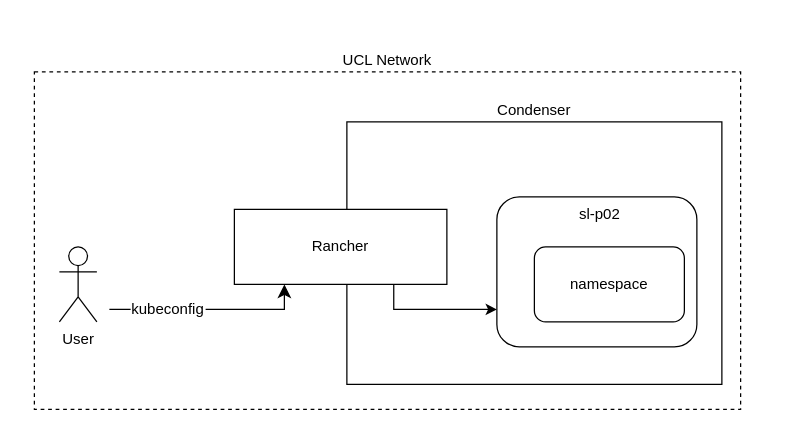
This is page "Kubeconfig" (4 of 4) of assets/intro-to-condenser.drawio from UCL-ARC/condenser-workshop-intro, a draw.io file, before an edit. Source tidied: cells renumbered, new cells numbered last; positions are measured from the earlier drawing's top-left corner, leaving out a move shared by most shapes. Both pictures are drawn from the tidied source at 125%, with x=0, y=0 at pixel (34, 46).
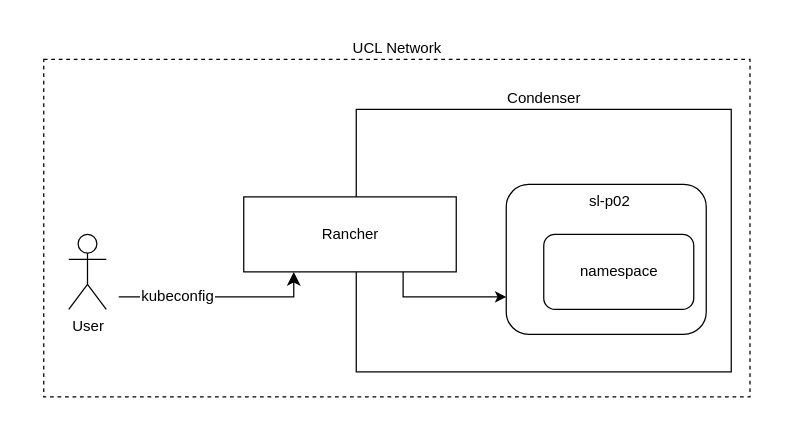
The same diagram, later.

The edit, as a diff of the source:
```diff
@@
 <mxGraphModel background="#ffffff">
   <root>
     <mxCell id="0" />
     <mxCell id="1" parent="0" />
-    <mxCell id="2" style="rounded=0;whiteSpace=wrap;html=1;strokeColor=none;" parent="1" vertex="1">
-      <mxGeometry width="570" height="290" as="geometry" />
-    </mxCell>
+    <mxCell id="13" style="rounded=0;whiteSpace=wrap;html=1;strokeColor=none;" parent="1" vertex="1">
+      <mxGeometry x="-10" y="-20" width="600" height="320" as="geometry" />
+    </mxCell>
+    <mxCell id="14" style="group;" parent="1" vertex="1">
+      <mxGeometry x="7.5" y="10" width="565" height="270" as="geometry" />
+    </mxCell>
-    <mxCell id="3" value="UCL Network" style="rounded=0;whiteSpace=wrap;html=1;dashed=1;align=center;labelPosition=center;verticalLabelPosition=top;verticalAlign=bottom;" parent="1" vertex="1">
-      <mxGeometry y="20" width="565" height="270" as="geometry" />
+    <mxCell id="3" value="UCL Network" style="rounded=0;whiteSpace=wrap;html=1;dashed=1;align=center;labelPosition=center;verticalLabelPosition=top;verticalAlign=bottom;" parent="14" vertex="1">
+      <mxGeometry width="565" height="270" as="geometry" />
     </mxCell>
-    <mxCell id="4" value="Condenser" style="rounded=0;whiteSpace=wrap;html=1;labelPosition=center;verticalLabelPosition=top;align=center;verticalAlign=bottom;" parent="1" vertex="1">
-      <mxGeometry x="250" y="60" width="300" height="210" as="geometry" />
+    <mxCell id="4" value="Condenser" style="rounded=0;whiteSpace=wrap;html=1;labelPosition=center;verticalLabelPosition=top;align=center;verticalAlign=bottom;" parent="14" vertex="1">
+      <mxGeometry x="250" y="40" width="300" height="210" as="geometry" />
     </mxCell>
-    <mxCell id="5" value="Rancher" style="rounded=0;whiteSpace=wrap;html=1;" parent="1" vertex="1">
-      <mxGeometry x="160" y="130" width="170" height="60" as="geometry" />
+    <mxCell id="5" value="Rancher" style="rounded=0;whiteSpace=wrap;html=1;" parent="14" vertex="1">
+      <mxGeometry x="160" y="110" width="170" height="60" as="geometry" />
     </mxCell>
-    <mxCell id="6" value="User" style="shape=umlActor;verticalLabelPosition=bottom;verticalAlign=top;html=1;" parent="1" vertex="1">
-      <mxGeometry x="20" y="160" width="30" height="60" as="geometry" />
+    <mxCell id="6" value="User" style="shape=umlActor;verticalLabelPosition=bottom;verticalAlign=top;html=1;" parent="14" vertex="1">
+      <mxGeometry x="20" y="140" width="30" height="60" as="geometry" />
     </mxCell>
-    <mxCell id="7" style="edgeStyle=segmentEdgeStyle;endArrow=classic;html=1;curved=0;rounded=0;endSize=8;startSize=8;" parent="1" edge="1">
+    <mxCell id="7" style="edgeStyle=segmentEdgeStyle;endArrow=classic;html=1;curved=0;rounded=0;endSize=8;startSize=8;" parent="14" edge="1">
       <mxGeometry relative="1" as="geometry">
-        <mxPoint x="60" y="210" as="sourcePoint" />
-        <mxPoint x="200" y="190" as="targetPoint" />
+        <mxPoint x="60" y="190" as="sourcePoint" />
+        <mxPoint x="200" y="170" as="targetPoint" />
       </mxGeometry>
     </mxCell>
-    <mxCell id="8" style="group;" parent="1" vertex="1">
-      <mxGeometry x="370" y="90" width="160" height="150" as="geometry" />
+    <mxCell id="8" style="group;" parent="14" vertex="1">
+      <mxGeometry x="370" y="70" width="160" height="150" as="geometry" />
     </mxCell>
     <mxCell id="9" value="sl-p02" style="rounded=1;whiteSpace=wrap;html=1;align=center;verticalAlign=top;spacingLeft=5;" parent="8" vertex="1">
       <mxGeometry y="30" width="160" height="120" as="geometry" />
     </mxCell>
     <mxCell id="10" value="namespace" style="rounded=1;whiteSpace=wrap;html=1;" parent="8" vertex="1">
       <mxGeometry x="30" y="70" width="120" height="60" as="geometry" />
     </mxCell>
-    <mxCell id="11" style="edgeStyle=orthogonalEdgeStyle;rounded=0;jettySize=auto;html=1;exitX=0.75;exitY=1;exitDx=0;exitDy=0;entryX=0;entryY=0.75;entryDx=0;entryDy=0;" parent="1" edge="1" source="5" target="9">
+    <mxCell id="11" style="edgeStyle=orthogonalEdgeStyle;rounded=0;jettySize=auto;html=1;exitX=0.75;exitY=1;exitDx=0;exitDy=0;entryX=0;entryY=0.75;entryDx=0;entryDy=0;" parent="14" edge="1" source="5" target="9">
       <mxGeometry relative="1" as="geometry">
         <Array as="points">
-          <mxPoint x="288" y="210" />
+          <mxPoint x="288" y="190" />
         </Array>
       </mxGeometry>
     </mxCell>
-    <mxCell id="12" value="kubeconfig" style="text;html=1;align=center;verticalAlign=middle;whiteSpace=wrap;rounded=0;fillColor=default;" parent="1" vertex="1">
-      <mxGeometry x="77" y="195" width="60" height="30" as="geometry" />
+    <mxCell id="12" value="kubeconfig" style="text;html=1;align=center;verticalAlign=middle;whiteSpace=wrap;rounded=0;fillColor=default;" parent="14" vertex="1">
+      <mxGeometry x="77" y="175" width="60" height="30" as="geometry" />
     </mxCell>
   </root>
 </mxGraphModel>
```
